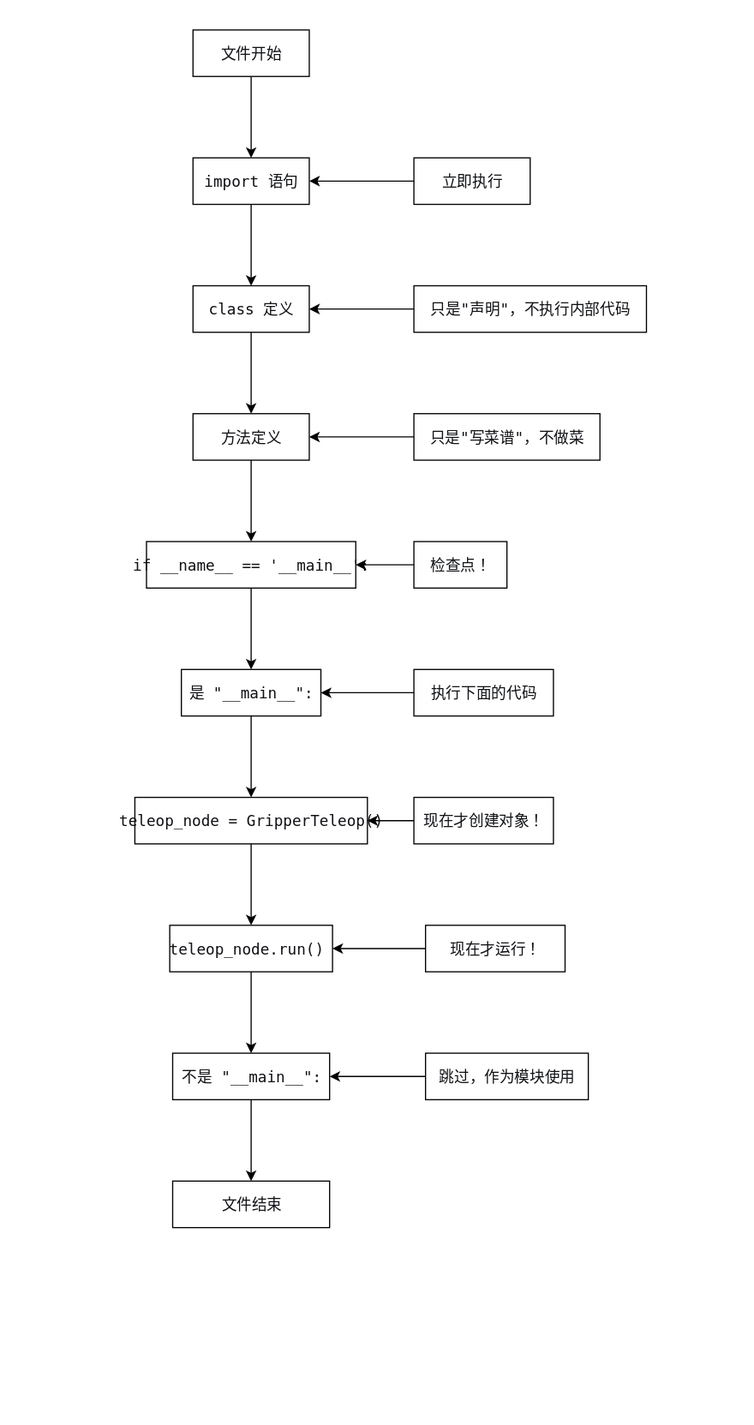
This is obsidian_md/Untitled Diagram.svg from 18420056885/Notes, a draw.io export, as it was before one commit. Source tidied: cells renumbered, new cells last; positions are measured from the earlier drawing's top-left corner, leaving out a move shared by most shapes.
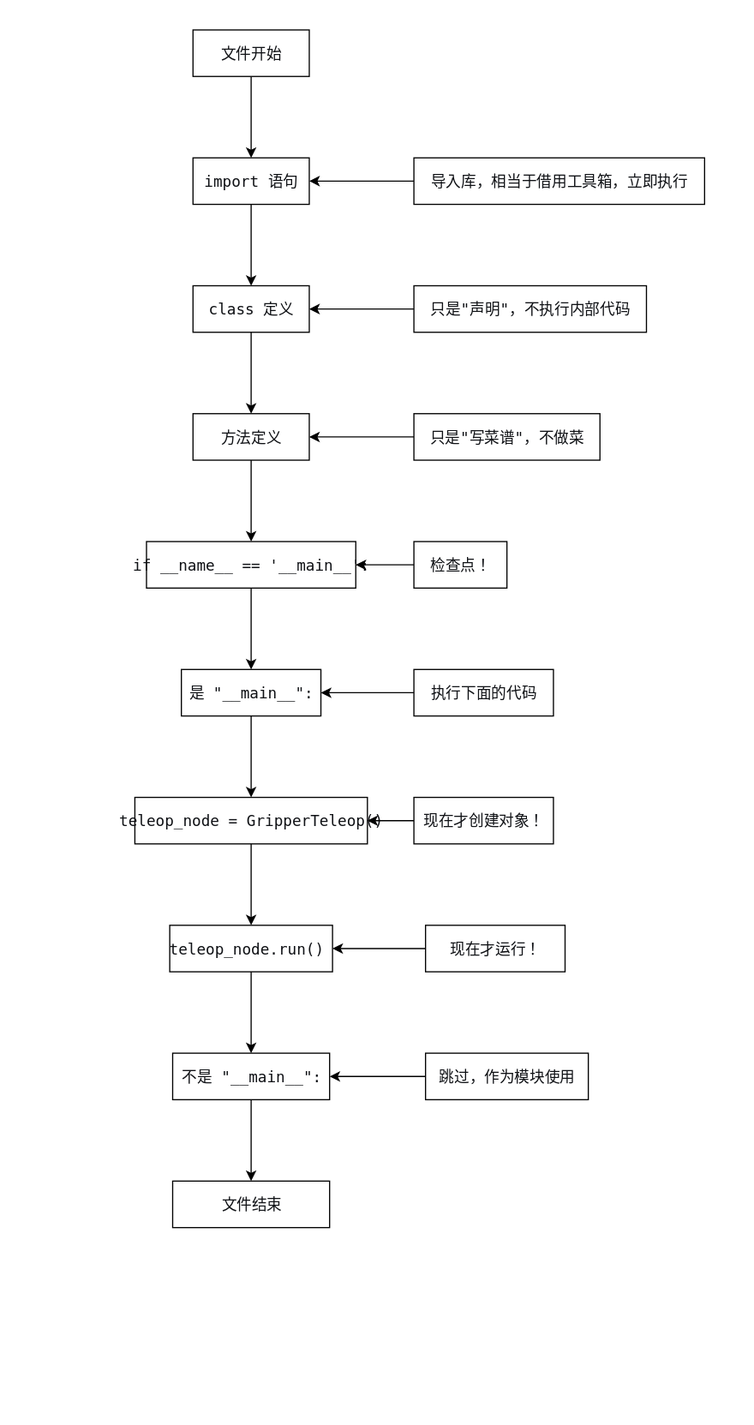
The same file after the commit.

Commit message:
vault backup: 2026-01-13 19:52:25

The edit, as a diff of the source:
```diff
@@ -17,8 +17,8 @@
     <mxCell id="6" style="edgeStyle=none;html=1;" parent="1" edge="1" source="7" target="5">
       <mxGeometry relative="1" as="geometry" />
     </mxCell>
-    <mxCell id="7" value="&lt;pre style=&quot;font-variant-numeric: normal; font-variant-east-asian: normal; font-stretch: normal; font-size: 13px; line-height: 22px; font-family: Menlo, Monaco, Consolas, &amp;quot;Cascadia Mono&amp;quot;, &amp;quot;Ubuntu Mono&amp;quot;, &amp;quot;DejaVu Sans Mono&amp;quot;, &amp;quot;Liberation Mono&amp;quot;, &amp;quot;JetBrains Mono&amp;quot;, &amp;quot;Fira Code&amp;quot;, Cousine, &amp;quot;Roboto Mono&amp;quot;, &amp;quot;Courier New&amp;quot;, Courier, sans-serif, system-ui; overflow: auto; word-break: break-all; padding: 16px; color: rgb(15, 17, 21); text-align: start; margin-top: 0px !important; margin-bottom: 0px !important;&quot;&gt;&lt;pre style=&quot;font-variant-numeric: normal; font-variant-east-asian: normal; font-stretch: normal; line-height: 22px; font-family: Menlo, Monaco, Consolas, &amp;quot;Cascadia Mono&amp;quot;, &amp;quot;Ubuntu Mono&amp;quot;, &amp;quot;DejaVu Sans Mono&amp;quot;, &amp;quot;Liberation Mono&amp;quot;, &amp;quot;JetBrains Mono&amp;quot;, &amp;quot;Fira Code&amp;quot;, Cousine, &amp;quot;Roboto Mono&amp;quot;, &amp;quot;Courier New&amp;quot;, Courier, sans-serif, system-ui; overflow: auto; word-break: break-all; padding: 16px; margin-top: 0px !important; margin-bottom: 0px !important;&quot;&gt;立即执行&lt;/pre&gt;&lt;/pre&gt;" style="rounded=0;whiteSpace=wrap;html=1;" parent="1" vertex="1">
-      <mxGeometry x="240" y="110" width="100" height="40" as="geometry" />
+    <mxCell id="7" value="&lt;pre style=&quot;font-variant-numeric: normal; font-variant-east-asian: normal; font-stretch: normal; font-size: 13px; line-height: 22px; font-family: Menlo, Monaco, Consolas, &amp;quot;Cascadia Mono&amp;quot;, &amp;quot;Ubuntu Mono&amp;quot;, &amp;quot;DejaVu Sans Mono&amp;quot;, &amp;quot;Liberation Mono&amp;quot;, &amp;quot;JetBrains Mono&amp;quot;, &amp;quot;Fira Code&amp;quot;, Cousine, &amp;quot;Roboto Mono&amp;quot;, &amp;quot;Courier New&amp;quot;, Courier, sans-serif, system-ui; overflow: auto; word-break: break-all; padding: 16px; color: rgb(15, 17, 21); text-align: start; margin-top: 0px !important; margin-bottom: 0px !important;&quot;&gt;&lt;pre style=&quot;font-variant-numeric: normal; font-variant-east-asian: normal; font-stretch: normal; line-height: 22px; font-family: Menlo, Monaco, Consolas, &amp;quot;Cascadia Mono&amp;quot;, &amp;quot;Ubuntu Mono&amp;quot;, &amp;quot;DejaVu Sans Mono&amp;quot;, &amp;quot;Liberation Mono&amp;quot;, &amp;quot;JetBrains Mono&amp;quot;, &amp;quot;Fira Code&amp;quot;, Cousine, &amp;quot;Roboto Mono&amp;quot;, &amp;quot;Courier New&amp;quot;, Courier, sans-serif, system-ui; overflow: auto; word-break: break-all; padding: 16px; margin-top: 0px !important; margin-bottom: 0px !important;&quot;&gt;导入库，相当于借用工具箱，立即执行&lt;/pre&gt;&lt;/pre&gt;" style="rounded=0;whiteSpace=wrap;html=1;" parent="1" vertex="1">
+      <mxGeometry x="240" y="110" width="250" height="40" as="geometry" />
     </mxCell>
     <mxCell id="8" style="edgeStyle=none;html=1;" parent="1" edge="1" source="9" target="13">
       <mxGeometry relative="1" as="geometry" />
```
